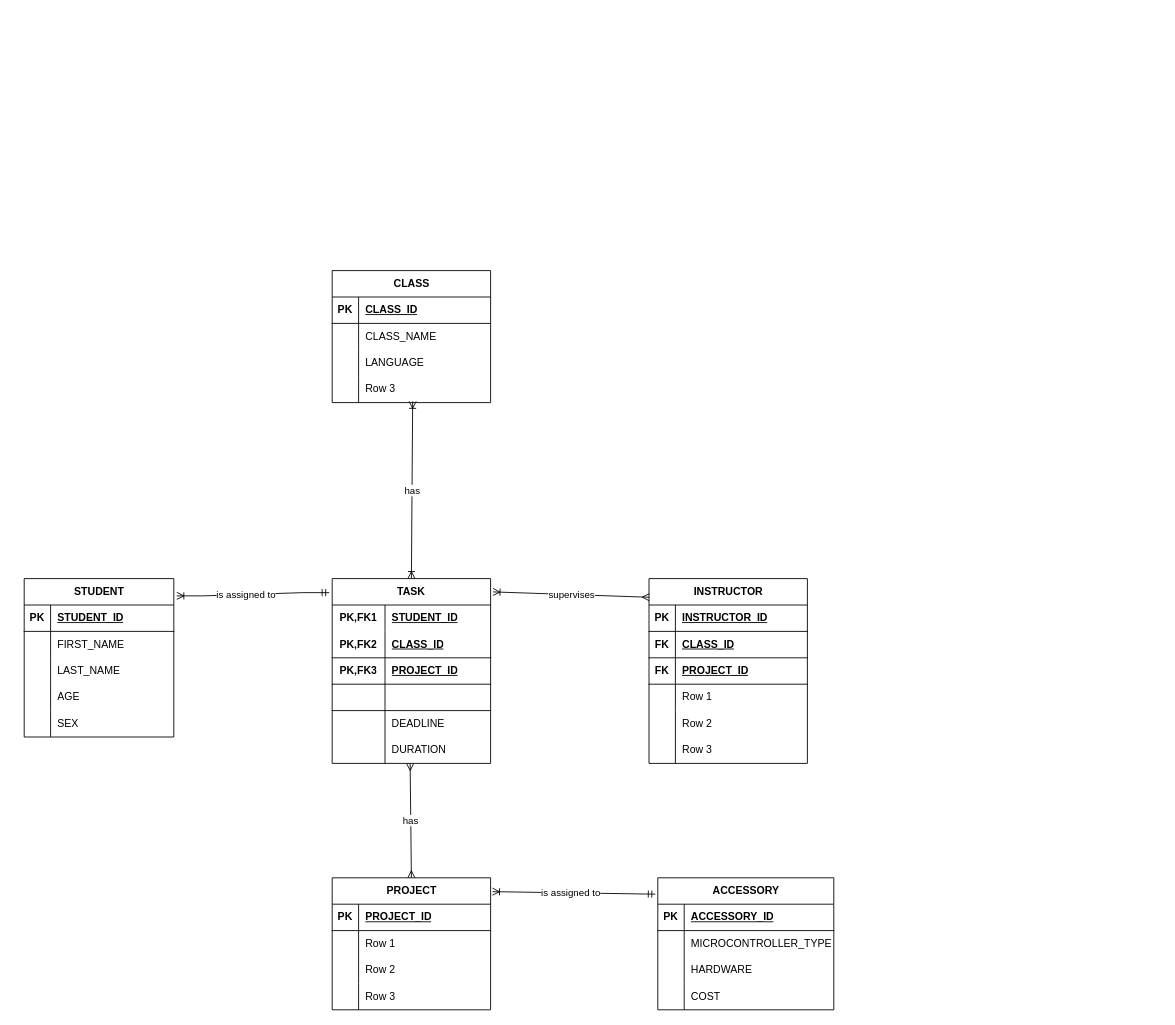
Earlier version of the draw.io diagram ER1.drawio (XeuphoriaXL/novelai_colab_chs). Source tidied: cells renumbered, new cells numbered last; positions are measured from the earlier drawing's top-left corner, leaving out a move shared by most shapes. Both pictures are drawn from the tidied source at 88%, with x=0, y=0 at pixel (24, 270).
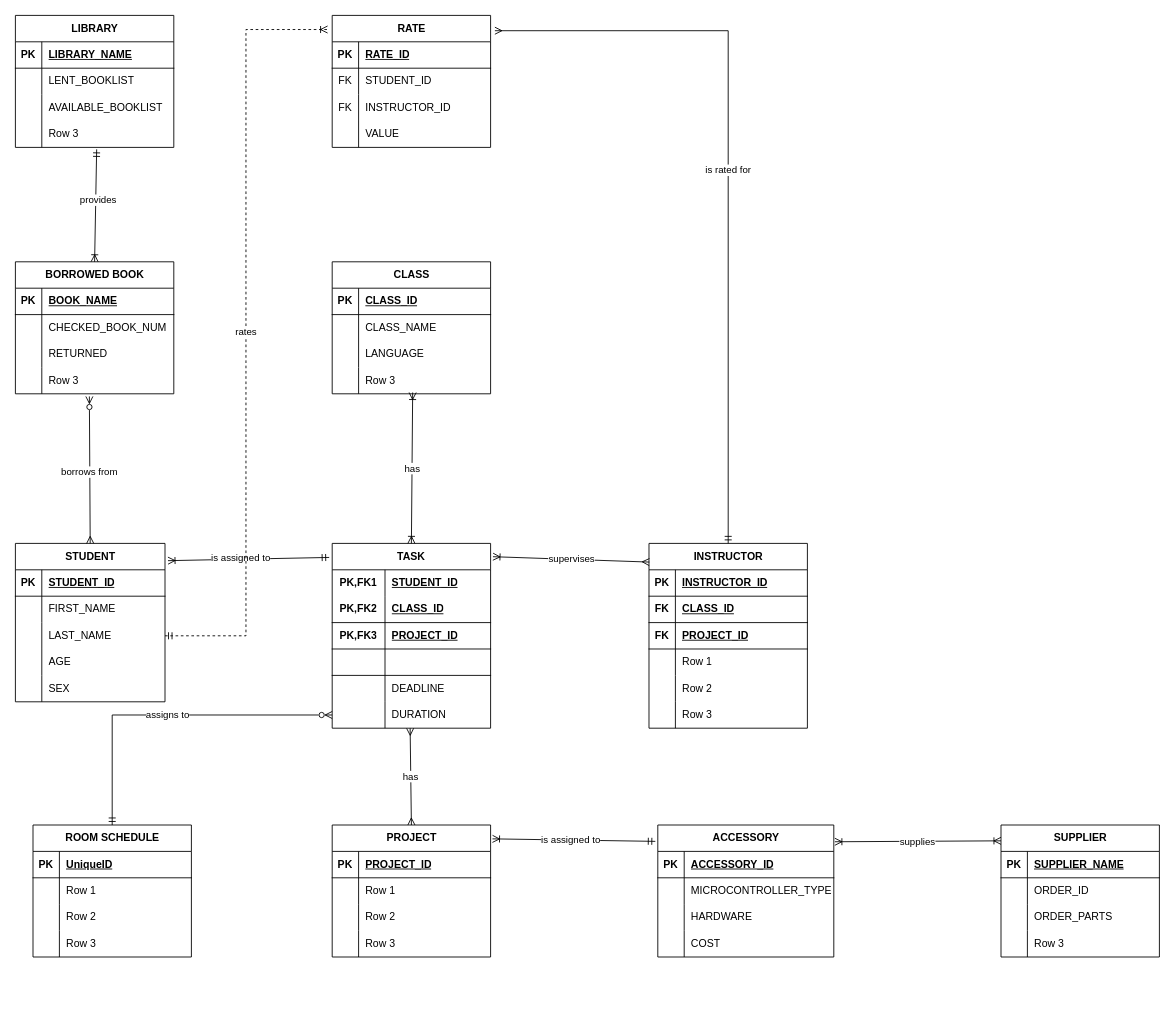
Above is the later version.

Unchanged cells that the change refers to:
```xml
<mxCell id="9" style="shape=tableRow;horizontal=0;startSize=0;swimlaneHead=0;swimlaneBody=0;fillColor=none;points=[[0,0.5],[1,0.5]];portConstraint=eastwest;top=0;left=0;right=0;bottom=0;" parent="2" vertex="1">
  <mxGeometry y="90" width="170" height="30" as="geometry" />
</mxCell>
<mxCell id="34" style="shape=tableRow;horizontal=0;startSize=0;swimlaneHead=0;swimlaneBody=0;fillColor=none;points=[[0,0.5],[1,0.5]];portConstraint=eastwest;top=0;left=0;right=0;bottom=0;html=1;" parent="18" vertex="1">
  <mxGeometry y="180" width="180" height="30" as="geometry" />
</mxCell>
```

What changed in the source:
```diff
@@
     <mxCell id="2" value="STUDENT" style="shape=table;startSize=30;childLayout=tableLayout;rowLines=0;fontStyle=1;align=center;html=1;" parent="1" vertex="1">
-      <mxGeometry y="350" width="170" height="180" as="geometry" />
+      <mxGeometry x="-10" y="310" width="170" height="180" as="geometry" />
     </mxCell>
@@
     <mxCell id="18" value="TASK" style="shape=table;startSize=30;childLayout=tableLayout;rowLines=0;fontStyle=1;align=center;html=1;whiteSpace=wrap;" parent="1" vertex="1">
-      <mxGeometry x="350" y="350" width="180" height="210" as="geometry" />
+      <mxGeometry x="350" y="310" width="180" height="210" as="geometry" />
     </mxCell>
@@
-    <mxCell id="37" style="edgeStyle=entityRelationEdgeStyle;fontSize=12;html=1;endArrow=ERoneToMany;startArrow=ERmandOne;rounded=0;entryX=1.02;entryY=0.109;entryDx=0;entryDy=0;entryPerimeter=0;exitX=-0.019;exitY=0.076;exitDx=0;exitDy=0;exitPerimeter=0;" parent="1" edge="1" source="18" target="2">
+    <mxCell id="37" style="fontSize=12;html=1;endArrow=ERoneToMany;startArrow=ERmandOne;rounded=0;entryX=1.02;entryY=0.109;entryDx=0;entryDy=0;entryPerimeter=0;exitX=-0.019;exitY=0.076;exitDx=0;exitDy=0;exitPerimeter=0;" parent="1" edge="1" source="18" target="2">
       <mxGeometry relative="1" as="geometry" />
     </mxCell>
@@
     <mxCell id="39" value="CLASS" style="shape=table;startSize=30;childLayout=tableLayout;rowLines=0;fontStyle=1;align=center;html=1;" parent="1" vertex="1">
-      <mxGeometry x="350" width="180" height="150" as="geometry" />
+      <mxGeometry x="350" y="-10" width="180" height="150" as="geometry" />
     </mxCell>
@@
     <mxCell id="52" value="PROJECT" style="shape=table;startSize=30;childLayout=tableLayout;rowLines=0;fontStyle=1;align=center;html=1;" parent="1" vertex="1">
-      <mxGeometry x="350" y="690" width="180" height="150" as="geometry" />
+      <mxGeometry x="350" y="630" width="180" height="150" as="geometry" />
     </mxCell>
@@
     <mxCell id="67" value="INSTRUCTOR" style="shape=table;startSize=30;childLayout=tableLayout;rowLines=0;fontStyle=1;align=center;html=1;" parent="1" vertex="1">
-      <mxGeometry x="710" y="350" width="180" height="210" as="geometry" />
+      <mxGeometry x="710" y="310" width="180" height="210" as="geometry" />
     </mxCell>
@@
     <mxCell id="87" value="ACCESSORY" style="shape=table;startSize=30;childLayout=tableLayout;rowLines=0;fontStyle=1;align=center;html=1;" parent="1" vertex="1">
-      <mxGeometry x="720" y="690" width="200" height="150" as="geometry" />
+      <mxGeometry x="720" y="630" width="200" height="150" as="geometry" />
     </mxCell>
@@
+    <mxCell id="102" value="SUPPLIER" style="shape=table;startSize=30;childLayout=tableLayout;rowLines=0;fontStyle=1;align=center;html=1;" parent="1" vertex="1">
+      <mxGeometry x="1110" y="630" width="180" height="150" as="geometry" />
+    </mxCell>
+    <mxCell id="103" style="shape=tableRow;horizontal=0;startSize=0;swimlaneHead=0;swimlaneBody=0;fillColor=none;top=0;left=0;right=0;bottom=1;" parent="102" vertex="1">
+      <mxGeometry y="30" width="180" height="30" as="geometry" />
+    </mxCell>
+    <mxCell id="104" value="PK" style="shape=partialRectangle;fillColor=none;top=0;left=0;bottom=0;right=0;fontStyle=1;overflow=hidden;whiteSpace=wrap;html=1;" parent="103" vertex="1">
+      <mxGeometry width="30" height="30" as="geometry" />
+    </mxCell>
+    <mxCell id="105" value="SUPPLIER_NAME" style="shape=partialRectangle;fillColor=none;top=0;left=0;bottom=0;right=0;align=left;spacingLeft=6;fontStyle=5;overflow=hidden;whiteSpace=wrap;html=1;" parent="103" vertex="1">
+      <mxGeometry x="30" width="150" height="30" as="geometry" />
+    </mxCell>
+    <mxCell id="106" style="shape=tableRow;horizontal=0;startSize=0;swimlaneHead=0;swimlaneBody=0;fillColor=none;top=0;left=0;right=0;bottom=0;" parent="102" vertex="1">
+      <mxGeometry y="60" width="180" height="30" as="geometry" />
+    </mxCell>
+    <mxCell id="107" style="shape=partialRectangle;fillColor=none;top=0;left=0;bottom=0;right=0;overflow=hidden;whiteSpace=wrap;html=1;" parent="106" vertex="1">
+      <mxGeometry width="30" height="30" as="geometry" />
+    </mxCell>
+    <mxCell id="108" value="ORDER_ID" style="shape=partialRectangle;fillColor=none;top=0;left=0;bottom=0;right=0;align=left;spacingLeft=6;overflow=hidden;whiteSpace=wrap;html=1;" parent="106" vertex="1">
+      <mxGeometry x="30" width="150" height="30" as="geometry" />
+    </mxCell>
+    <mxCell id="109" style="shape=tableRow;horizontal=0;startSize=0;swimlaneHead=0;swimlaneBody=0;fillColor=none;top=0;left=0;right=0;bottom=0;" parent="102" vertex="1">
+      <mxGeometry y="90" width="180" height="30" as="geometry" />
+    </mxCell>
+    <mxCell id="110" style="shape=partialRectangle;fillColor=none;top=0;left=0;bottom=0;right=0;overflow=hidden;whiteSpace=wrap;html=1;" parent="109" vertex="1">
+      <mxGeometry width="30" height="30" as="geometry" />
+    </mxCell>
+    <mxCell id="111" value="ORDER_PARTS" style="shape=partialRectangle;fillColor=none;top=0;left=0;bottom=0;right=0;align=left;spacingLeft=6;overflow=hidden;whiteSpace=wrap;html=1;" parent="109" vertex="1">
+      <mxGeometry x="30" width="150" height="30" as="geometry" />
+    </mxCell>
+    <mxCell id="112" style="shape=tableRow;horizontal=0;startSize=0;swimlaneHead=0;swimlaneBody=0;fillColor=none;top=0;left=0;right=0;bottom=0;" parent="102" vertex="1">
+      <mxGeometry y="120" width="180" height="30" as="geometry" />
+    </mxCell>
+    <mxCell id="113" style="shape=partialRectangle;fillColor=none;top=0;left=0;bottom=0;right=0;overflow=hidden;whiteSpace=wrap;html=1;" parent="112" vertex="1">
+      <mxGeometry width="30" height="30" as="geometry" />
+    </mxCell>
+    <mxCell id="114" value="Row 3" style="shape=partialRectangle;fillColor=none;top=0;left=0;bottom=0;right=0;align=left;spacingLeft=6;overflow=hidden;whiteSpace=wrap;html=1;" parent="112" vertex="1">
+      <mxGeometry x="30" width="150" height="30" as="geometry" />
+    </mxCell>
+    <mxCell id="115" value="supplies" style="endArrow=ERoneToMany;html=1;rounded=0;entryX=0;entryY=0.12;entryDx=0;entryDy=0;entryPerimeter=0;exitX=1.006;exitY=0.127;exitDx=0;exitDy=0;exitPerimeter=0;startArrow=ERoneToMany;startFill=0;endFill=0;" parent="1" edge="1" source="87" target="102">
+      <mxGeometry relative="1" as="geometry" />
+    </mxCell>
+    <mxCell id="116" value="ROOM SCHEDULE" style="shape=table;startSize=30;childLayout=tableLayout;rowLines=0;fontStyle=1;align=center;html=1;" parent="1" vertex="1">
+      <mxGeometry x="10" y="630" width="180" height="150" as="geometry" />
+    </mxCell>
+    <mxCell id="117" style="shape=tableRow;horizontal=0;startSize=0;swimlaneHead=0;swimlaneBody=0;fillColor=none;top=0;left=0;right=0;bottom=1;" parent="116" vertex="1">
+      <mxGeometry y="30" width="180" height="30" as="geometry" />
+    </mxCell>
+    <mxCell id="118" value="PK" style="shape=partialRectangle;fillColor=none;top=0;left=0;bottom=0;right=0;fontStyle=1;overflow=hidden;whiteSpace=wrap;html=1;" parent="117" vertex="1">
+      <mxGeometry width="30" height="30" as="geometry" />
+    </mxCell>
+    <mxCell id="119" value="UniqueID" style="shape=partialRectangle;fillColor=none;top=0;left=0;bottom=0;right=0;align=left;spacingLeft=6;fontStyle=5;overflow=hidden;whiteSpace=wrap;html=1;" parent="117" vertex="1">
+      <mxGeometry x="30" width="150" height="30" as="geometry" />
+    </mxCell>
+    <mxCell id="120" style="shape=tableRow;horizontal=0;startSize=0;swimlaneHead=0;swimlaneBody=0;fillColor=none;top=0;left=0;right=0;bottom=0;" parent="116" vertex="1">
+      <mxGeometry y="60" width="180" height="30" as="geometry" />
+    </mxCell>
+    <mxCell id="121" style="shape=partialRectangle;fillColor=none;top=0;left=0;bottom=0;right=0;overflow=hidden;whiteSpace=wrap;html=1;" parent="120" vertex="1">
+      <mxGeometry width="30" height="30" as="geometry" />
+    </mxCell>
+    <mxCell id="122" value="Row 1" style="shape=partialRectangle;fillColor=none;top=0;left=0;bottom=0;right=0;align=left;spacingLeft=6;overflow=hidden;whiteSpace=wrap;html=1;" parent="120" vertex="1">
+      <mxGeometry x="30" width="150" height="30" as="geometry" />
+    </mxCell>
+    <mxCell id="123" style="shape=tableRow;horizontal=0;startSize=0;swimlaneHead=0;swimlaneBody=0;fillColor=none;top=0;left=0;right=0;bottom=0;" parent="116" vertex="1">
+      <mxGeometry y="90" width="180" height="30" as="geometry" />
+    </mxCell>
+    <mxCell id="124" style="shape=partialRectangle;fillColor=none;top=0;left=0;bottom=0;right=0;overflow=hidden;whiteSpace=wrap;html=1;" parent="123" vertex="1">
+      <mxGeometry width="30" height="30" as="geometry" />
+    </mxCell>
+    <mxCell id="125" value="Row 2" style="shape=partialRectangle;fillColor=none;top=0;left=0;bottom=0;right=0;align=left;spacingLeft=6;overflow=hidden;whiteSpace=wrap;html=1;" parent="123" vertex="1">
+      <mxGeometry x="30" width="150" height="30" as="geometry" />
+    </mxCell>
+    <mxCell id="126" style="shape=tableRow;horizontal=0;startSize=0;swimlaneHead=0;swimlaneBody=0;fillColor=none;top=0;left=0;right=0;bottom=0;" parent="116" vertex="1">
+      <mxGeometry y="120" width="180" height="30" as="geometry" />
+    </mxCell>
+    <mxCell id="127" style="shape=partialRectangle;fillColor=none;top=0;left=0;bottom=0;right=0;overflow=hidden;whiteSpace=wrap;html=1;" parent="126" vertex="1">
+      <mxGeometry width="30" height="30" as="geometry" />
+    </mxCell>
+    <mxCell id="128" value="Row 3" style="shape=partialRectangle;fillColor=none;top=0;left=0;bottom=0;right=0;align=left;spacingLeft=6;overflow=hidden;whiteSpace=wrap;html=1;" parent="126" vertex="1">
+      <mxGeometry x="30" width="150" height="30" as="geometry" />
+    </mxCell>
+    <mxCell id="129" value="assigns to" style="endArrow=ERzeroToMany;html=1;rounded=0;exitX=0.5;exitY=0;exitDx=0;exitDy=0;startArrow=ERmandOne;startFill=0;endFill=0;entryX=0;entryY=0.5;entryDx=0;entryDy=0;edgeStyle=orthogonalEdgeStyle;" parent="1" edge="1" source="116" target="34">
+      <mxGeometry relative="1" as="geometry" />
+    </mxCell>
+    <mxCell id="130" value="BORROWED BOOK" style="shape=table;startSize=30;childLayout=tableLayout;rowLines=0;fontStyle=1;align=center;html=1;" parent="1" vertex="1">
+      <mxGeometry x="-10" y="-10" width="180" height="150" as="geometry" />
+    </mxCell>
+    <mxCell id="131" style="shape=tableRow;horizontal=0;startSize=0;swimlaneHead=0;swimlaneBody=0;fillColor=none;top=0;left=0;right=0;bottom=1;" parent="130" vertex="1">
+      <mxGeometry y="30" width="180" height="30" as="geometry" />
+    </mxCell>
+    <mxCell id="132" value="PK" style="shape=partialRectangle;fillColor=none;top=0;left=0;bottom=0;right=0;fontStyle=1;overflow=hidden;whiteSpace=wrap;html=1;" parent="131" vertex="1">
+      <mxGeometry width="30" height="30" as="geometry" />
+    </mxCell>
+    <mxCell id="133" value="BOOK_NAME" style="shape=partialRectangle;fillColor=none;top=0;left=0;bottom=0;right=0;align=left;spacingLeft=6;fontStyle=5;overflow=hidden;whiteSpace=wrap;html=1;" parent="131" vertex="1">
+      <mxGeometry x="30" width="150" height="30" as="geometry" />
+    </mxCell>
+    <mxCell id="134" style="shape=tableRow;horizontal=0;startSize=0;swimlaneHead=0;swimlaneBody=0;fillColor=none;top=0;left=0;right=0;bottom=0;" parent="130" vertex="1">
+      <mxGeometry y="60" width="180" height="30" as="geometry" />
+    </mxCell>
+    <mxCell id="135" style="shape=partialRectangle;fillColor=none;top=0;left=0;bottom=0;right=0;overflow=hidden;whiteSpace=wrap;html=1;" parent="134" vertex="1">
+      <mxGeometry width="30" height="30" as="geometry" />
+    </mxCell>
+    <mxCell id="136" value="CHECKED_BOOK_NUM" style="shape=partialRectangle;fillColor=none;top=0;left=0;bottom=0;right=0;align=left;spacingLeft=6;overflow=hidden;whiteSpace=wrap;html=1;" parent="134" vertex="1">
+      <mxGeometry x="30" width="150" height="30" as="geometry" />
+    </mxCell>
+    <mxCell id="137" style="shape=tableRow;horizontal=0;startSize=0;swimlaneHead=0;swimlaneBody=0;fillColor=none;top=0;left=0;right=0;bottom=0;" parent="130" vertex="1">
+      <mxGeometry y="90" width="180" height="30" as="geometry" />
+    </mxCell>
+    <mxCell id="138" style="shape=partialRectangle;fillColor=none;top=0;left=0;bottom=0;right=0;overflow=hidden;whiteSpace=wrap;html=1;" parent="137" vertex="1">
+      <mxGeometry width="30" height="30" as="geometry" />
+    </mxCell>
+    <mxCell id="139" value="RETURNED" style="shape=partialRectangle;fillColor=none;top=0;left=0;bottom=0;right=0;align=left;spacingLeft=6;overflow=hidden;whiteSpace=wrap;html=1;" parent="137" vertex="1">
+      <mxGeometry x="30" width="150" height="30" as="geometry" />
+    </mxCell>
+    <mxCell id="140" style="shape=tableRow;horizontal=0;startSize=0;swimlaneHead=0;swimlaneBody=0;fillColor=none;points=[[0,0.5],[1,0.5]];portConstraint=eastwest;top=0;left=0;right=0;bottom=0;" parent="130" vertex="1">
+      <mxGeometry y="120" width="180" height="30" as="geometry" />
+    </mxCell>
+    <mxCell id="141" style="shape=partialRectangle;fillColor=none;top=0;left=0;bottom=0;right=0;overflow=hidden;whiteSpace=wrap;html=1;" parent="140" vertex="1">
+      <mxGeometry width="30" height="30" as="geometry" />
+    </mxCell>
+    <mxCell id="142" value="Row 3" style="shape=partialRectangle;fillColor=none;top=0;left=0;bottom=0;right=0;align=left;spacingLeft=6;overflow=hidden;whiteSpace=wrap;html=1;" parent="140" vertex="1">
+      <mxGeometry x="30" width="150" height="30" as="geometry" />
+    </mxCell>
+    <mxCell id="143" style="endArrow=ERmany;html=1;rounded=0;entryX=0.5;entryY=0;entryDx=0;entryDy=0;exitX=0.467;exitY=1.1;exitDx=0;exitDy=0;exitPerimeter=0;startArrow=ERzeroToMany;startFill=0;endFill=0;" parent="1" edge="1" source="140" target="2">
+      <mxGeometry relative="1" as="geometry" />
+    </mxCell>
+    <mxCell id="144" value="borrows from" style="edgeLabel;html=1;align=center;verticalAlign=middle;" parent="143" vertex="1">
+      <mxGeometry x="0.02" y="-1" relative="1" as="geometry" />
+    </mxCell>
+    <mxCell id="145" value="LIBRARY" style="shape=table;startSize=30;childLayout=tableLayout;rowLines=0;fontStyle=1;align=center;html=1;" parent="1" vertex="1">
+      <mxGeometry x="-10" y="-290" width="180" height="150" as="geometry" />
+    </mxCell>
+    <mxCell id="146" style="shape=tableRow;horizontal=0;startSize=0;swimlaneHead=0;swimlaneBody=0;fillColor=none;top=0;left=0;right=0;bottom=1;" parent="145" vertex="1">
+      <mxGeometry y="30" width="180" height="30" as="geometry" />
+    </mxCell>
+    <mxCell id="147" value="PK" style="shape=partialRectangle;fillColor=none;top=0;left=0;bottom=0;right=0;fontStyle=1;overflow=hidden;whiteSpace=wrap;html=1;" parent="146" vertex="1">
+      <mxGeometry width="30" height="30" as="geometry" />
+    </mxCell>
+    <mxCell id="148" value="LIBRARY_NAME" style="shape=partialRectangle;fillColor=none;top=0;left=0;bottom=0;right=0;align=left;spacingLeft=6;fontStyle=5;overflow=hidden;whiteSpace=wrap;html=1;" parent="146" vertex="1">
+      <mxGeometry x="30" width="150" height="30" as="geometry" />
+    </mxCell>
+    <mxCell id="149" style="shape=tableRow;horizontal=0;startSize=0;swimlaneHead=0;swimlaneBody=0;fillColor=none;top=0;left=0;right=0;bottom=0;" parent="145" vertex="1">
+      <mxGeometry y="60" width="180" height="30" as="geometry" />
+    </mxCell>
+    <mxCell id="150" style="shape=partialRectangle;fillColor=none;top=0;left=0;bottom=0;right=0;overflow=hidden;whiteSpace=wrap;html=1;" parent="149" vertex="1">
+      <mxGeometry width="30" height="30" as="geometry" />
+    </mxCell>
+    <mxCell id="151" value="LENT_BOOKLIST" style="shape=partialRectangle;fillColor=none;top=0;left=0;bottom=0;right=0;align=left;spacingLeft=6;overflow=hidden;whiteSpace=wrap;html=1;" parent="149" vertex="1">
+      <mxGeometry x="30" width="150" height="30" as="geometry" />
+    </mxCell>
+    <mxCell id="152" style="shape=tableRow;horizontal=0;startSize=0;swimlaneHead=0;swimlaneBody=0;fillColor=none;top=0;left=0;right=0;bottom=0;" parent="145" vertex="1">
+      <mxGeometry y="90" width="180" height="30" as="geometry" />
+    </mxCell>
+    <mxCell id="153" style="shape=partialRectangle;fillColor=none;top=0;left=0;bottom=0;right=0;overflow=hidden;whiteSpace=wrap;html=1;" parent="152" vertex="1">
+      <mxGeometry width="30" height="30" as="geometry" />
+    </mxCell>
+    <mxCell id="154" value="AVAILABLE_BOOKLIST" style="shape=partialRectangle;fillColor=none;top=0;left=0;bottom=0;right=0;align=left;spacingLeft=6;overflow=hidden;whiteSpace=wrap;html=1;" parent="152" vertex="1">
+      <mxGeometry x="30" width="150" height="30" as="geometry" />
+    </mxCell>
+    <mxCell id="155" style="shape=tableRow;horizontal=0;startSize=0;swimlaneHead=0;swimlaneBody=0;fillColor=none;points=[[0,0.5],[1,0.5]];portConstraint=eastwest;top=0;left=0;right=0;bottom=0;" parent="145" vertex="1">
+      <mxGeometry y="120" width="180" height="30" as="geometry" />
+    </mxCell>
+    <mxCell id="156" style="shape=partialRectangle;fillColor=none;top=0;left=0;bottom=0;right=0;overflow=hidden;whiteSpace=wrap;html=1;" parent="155" vertex="1">
+      <mxGeometry width="30" height="30" as="geometry" />
+    </mxCell>
+    <mxCell id="157" value="Row 3" style="shape=partialRectangle;fillColor=none;top=0;left=0;bottom=0;right=0;align=left;spacingLeft=6;overflow=hidden;whiteSpace=wrap;html=1;" parent="155" vertex="1">
+      <mxGeometry x="30" width="150" height="30" as="geometry" />
+    </mxCell>
+    <mxCell id="158" style="endArrow=ERoneToMany;html=1;rounded=0;entryX=0.5;entryY=0;entryDx=0;entryDy=0;exitX=0.513;exitY=1.074;exitDx=0;exitDy=0;exitPerimeter=0;startArrow=ERmandOne;startFill=0;endFill=0;" parent="1" edge="1" source="155" target="130">
+      <mxGeometry relative="1" as="geometry" />
+    </mxCell>
+    <mxCell id="159" value="provides" style="edgeLabel;html=1;align=center;verticalAlign=middle;" parent="158" vertex="1">
+      <mxGeometry x="-0.11" y="2" relative="1" as="geometry" />
+    </mxCell>
+    <mxCell id="160" value="RATE" style="shape=table;startSize=30;childLayout=tableLayout;rowLines=0;fontStyle=1;align=center;html=1;" parent="1" vertex="1">
+      <mxGeometry x="350" y="-290" width="180" height="150" as="geometry" />
+    </mxCell>
+    <mxCell id="161" style="shape=tableRow;horizontal=0;startSize=0;swimlaneHead=0;swimlaneBody=0;fillColor=none;top=0;left=0;right=0;bottom=1;" parent="160" vertex="1">
+      <mxGeometry y="30" width="180" height="30" as="geometry" />
+    </mxCell>
+    <mxCell id="162" value="PK" style="shape=partialRectangle;fillColor=none;top=0;left=0;bottom=0;right=0;fontStyle=1;overflow=hidden;whiteSpace=wrap;html=1;" parent="161" vertex="1">
+      <mxGeometry width="30" height="30" as="geometry" />
+    </mxCell>
+    <mxCell id="163" value="RATE_ID" style="shape=partialRectangle;fillColor=none;top=0;left=0;bottom=0;right=0;align=left;spacingLeft=6;fontStyle=5;overflow=hidden;whiteSpace=wrap;html=1;" parent="161" vertex="1">
+      <mxGeometry x="30" width="150" height="30" as="geometry" />
+    </mxCell>
+    <mxCell id="164" style="shape=tableRow;horizontal=0;startSize=0;swimlaneHead=0;swimlaneBody=0;fillColor=none;top=0;left=0;right=0;bottom=0;" parent="160" vertex="1">
+      <mxGeometry y="60" width="180" height="30" as="geometry" />
+    </mxCell>
+    <mxCell id="165" value="FK" style="shape=partialRectangle;fillColor=none;top=0;left=0;bottom=0;right=0;overflow=hidden;whiteSpace=wrap;html=1;" parent="164" vertex="1">
+      <mxGeometry width="30" height="30" as="geometry" />
+    </mxCell>
+    <mxCell id="166" value="STUDENT_ID" style="shape=partialRectangle;fillColor=none;top=0;left=0;bottom=0;right=0;align=left;spacingLeft=6;overflow=hidden;whiteSpace=wrap;html=1;" parent="164" vertex="1">
+      <mxGeometry x="30" width="150" height="30" as="geometry" />
+    </mxCell>
+    <mxCell id="167" style="shape=tableRow;horizontal=0;startSize=0;swimlaneHead=0;swimlaneBody=0;fillColor=none;top=0;left=0;right=0;bottom=0;" parent="160" vertex="1">
+      <mxGeometry y="90" width="180" height="30" as="geometry" />
+    </mxCell>
+    <mxCell id="168" value="FK" style="shape=partialRectangle;fillColor=none;top=0;left=0;bottom=0;right=0;overflow=hidden;whiteSpace=wrap;html=1;" parent="167" vertex="1">
+      <mxGeometry width="30" height="30" as="geometry" />
+    </mxCell>
+    <mxCell id="169" value="INSTRUCTOR_ID" style="shape=partialRectangle;fillColor=none;top=0;left=0;bottom=0;right=0;align=left;spacingLeft=6;overflow=hidden;whiteSpace=wrap;html=1;" parent="167" vertex="1">
+      <mxGeometry x="30" width="150" height="30" as="geometry" />
+    </mxCell>
+    <mxCell id="170" style="shape=tableRow;horizontal=0;startSize=0;swimlaneHead=0;swimlaneBody=0;fillColor=none;top=0;left=0;right=0;bottom=0;" parent="160" vertex="1">
+      <mxGeometry y="120" width="180" height="30" as="geometry" />
+    </mxCell>
+    <mxCell id="171" style="shape=partialRectangle;fillColor=none;top=0;left=0;bottom=0;right=0;overflow=hidden;whiteSpace=wrap;html=1;" parent="170" vertex="1">
+      <mxGeometry width="30" height="30" as="geometry" />
+    </mxCell>
+    <mxCell id="172" value="VALUE" style="shape=partialRectangle;fillColor=none;top=0;left=0;bottom=0;right=0;align=left;spacingLeft=6;overflow=hidden;whiteSpace=wrap;html=1;" parent="170" vertex="1">
+      <mxGeometry x="30" width="150" height="30" as="geometry" />
+    </mxCell>
+    <mxCell id="173" value="rates" style="endArrow=ERoneToMany;html=1;rounded=0;entryX=-0.029;entryY=0.107;entryDx=0;entryDy=0;entryPerimeter=0;exitX=1;exitY=0.5;exitDx=0;exitDy=0;startArrow=ERmandOne;startFill=0;endFill=0;edgeStyle=elbowEdgeStyle;dashed=1;" parent="1" edge="1" source="9" target="160">
+      <mxGeometry relative="1" as="geometry" />
+    </mxCell>
+    <mxCell id="174" value="is rated for" style="endArrow=ERmandOne;html=1;rounded=0;entryX=0.5;entryY=0;entryDx=0;entryDy=0;exitX=1.027;exitY=0.116;exitDx=0;exitDy=0;exitPerimeter=0;edgeStyle=orthogonalEdgeStyle;startArrow=ERmany;startFill=0;endFill=0;" parent="1" edge="1" source="160" target="67">
+      <mxGeometry relative="1" as="geometry" />
+    </mxCell>
```
